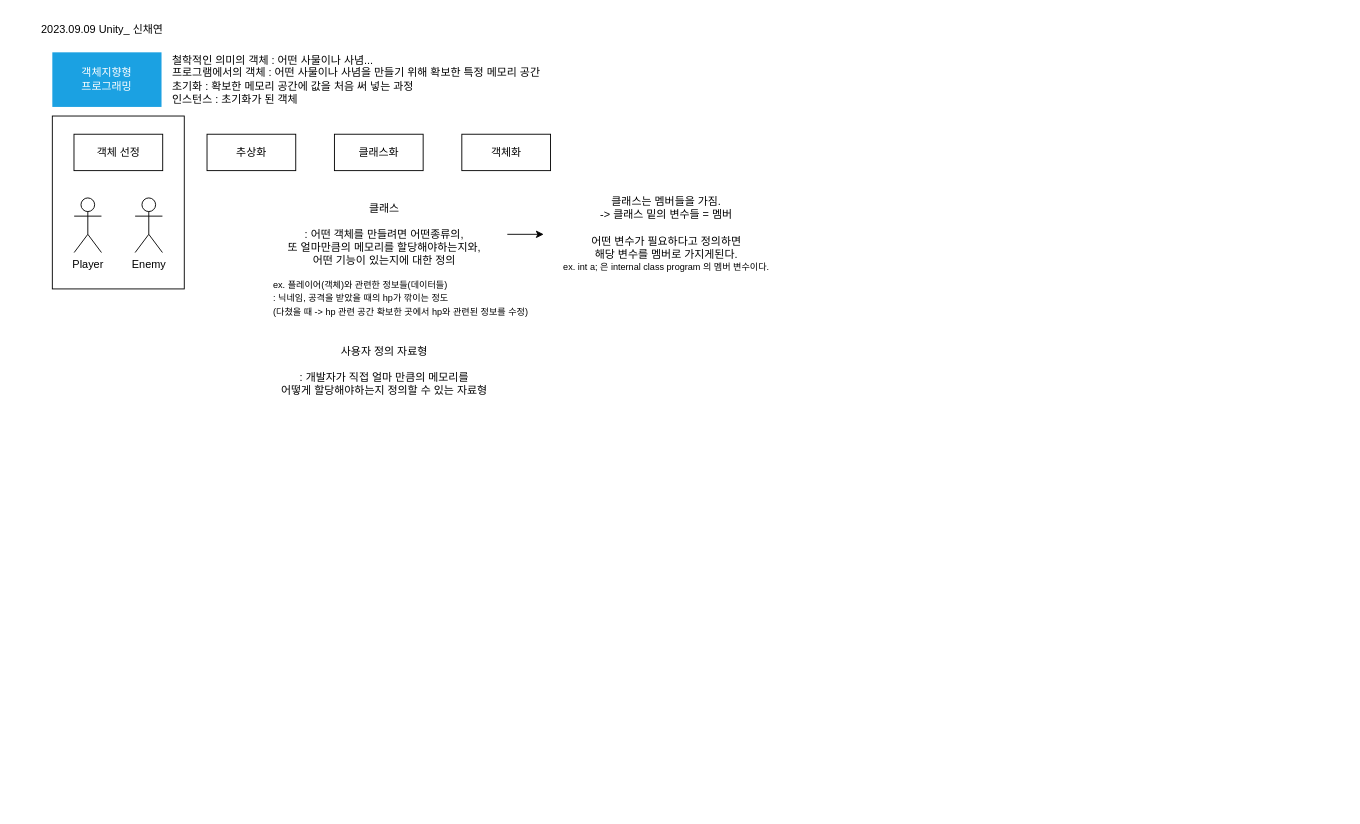
Earlier version of the draw.io diagram 20230909.drawio (codus87/UnityStudy). Source tidied: cells renumbered, new cells numbered last; positions are measured from the earlier drawing's top-left corner, leaving out a move shared by most shapes. Both pictures are drawn from the tidied source at 91%, with x=0, y=0 at pixel (25, 15).
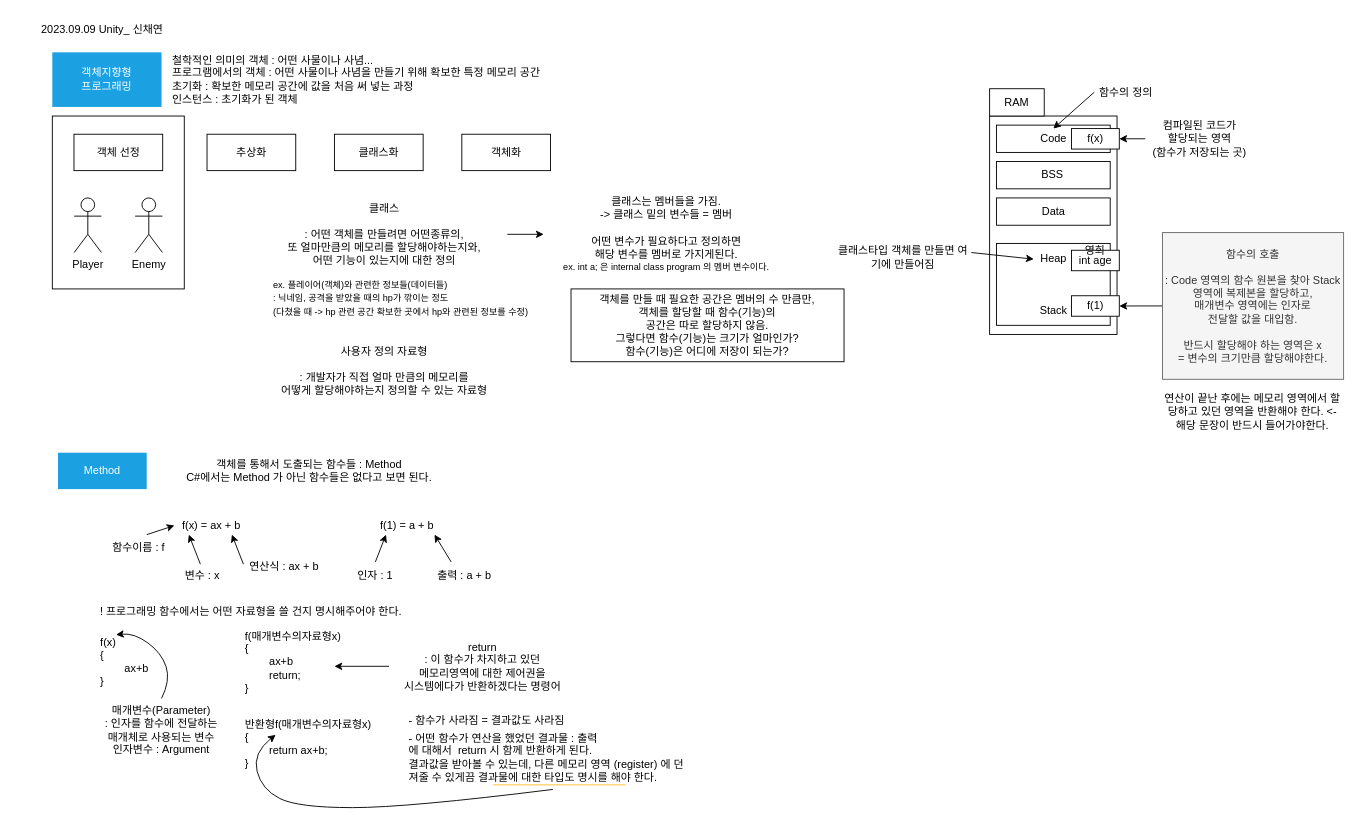
Above is the later version.

The edit, as a diff of the source:
```diff
@@
+    <mxCell id="18" value="객체를 만들 때 필요한 공간은 멤버의 수 만큼만,&lt;br&gt;객체를 할당할 때 함수(기능)의&lt;br&gt;공간은 따로 할당하지 않음.&lt;br&gt;그렇다면 함수(기능)는 크기가 얼마인가?&lt;br&gt;함수(기능)은 어디에 저장이 되는가?" style="text;html=1;strokeColor=default;fillColor=none;align=center;verticalAlign=middle;whiteSpace=wrap;rounded=0;" parent="1" vertex="1">
+      <mxGeometry x="600" y="300" width="300" height="80" as="geometry" />
+    </mxCell>
+    <mxCell id="19" style="rounded=0;whiteSpace=wrap;html=1;" parent="1" vertex="1">
+      <mxGeometry x="1060" y="110" width="140" height="240" as="geometry" />
+    </mxCell>
+    <mxCell id="20" value="RAM" style="rounded=0;whiteSpace=wrap;html=1;" parent="1" vertex="1">
+      <mxGeometry x="1060" y="80" width="60" height="30" as="geometry" />
+    </mxCell>
+    <mxCell id="21" value="Code" style="rounded=0;whiteSpace=wrap;html=1;" parent="1" vertex="1">
+      <mxGeometry x="1067.5" y="120" width="125" height="30" as="geometry" />
+    </mxCell>
+    <mxCell id="22" value="BSS&lt;span style=&quot;white-space: pre;&quot;&gt;&#9;&lt;/span&gt;" style="rounded=0;whiteSpace=wrap;html=1;" parent="1" vertex="1">
+      <mxGeometry x="1067.5" y="160" width="125" height="30" as="geometry" />
+    </mxCell>
+    <mxCell id="23" value="Data" style="rounded=0;whiteSpace=wrap;html=1;" parent="1" vertex="1">
+      <mxGeometry x="1067.5" y="200" width="125" height="30" as="geometry" />
+    </mxCell>
+    <mxCell id="24" value="Heap&lt;br&gt;&lt;br&gt;&lt;br&gt;&lt;br&gt;Stack" style="rounded=0;whiteSpace=wrap;html=1;" parent="1" vertex="1">
+      <mxGeometry x="1067.5" y="250" width="125" height="90" as="geometry" />
+    </mxCell>
+    <mxCell id="25" value="클래스타입 객체를 만들면 여기에 만들어짐" style="text;html=1;strokeColor=none;fillColor=none;align=center;verticalAlign=middle;whiteSpace=wrap;rounded=0;" parent="1" vertex="1">
+      <mxGeometry x="890" y="250" width="150" height="30" as="geometry" />
+    </mxCell>
+    <mxCell id="26" style="endArrow=classic;html=1;rounded=0;exitX=1;exitY=0.5;exitDx=0;exitDy=0;" parent="1" edge="1">
+      <mxGeometry relative="1" as="geometry">
+        <mxPoint x="1040" y="260" as="sourcePoint" />
+        <mxPoint x="1108.5" y="267.3" as="targetPoint" />
+      </mxGeometry>
+    </mxCell>
+    <mxCell id="27" value="컴파일된 코드가&lt;br&gt;할당되는 영역&lt;br&gt;(함수가 저장되는 곳)" style="text;html=1;strokeColor=none;fillColor=none;align=center;verticalAlign=middle;whiteSpace=wrap;rounded=0;" parent="1" vertex="1">
+      <mxGeometry x="1231" y="110" width="120" height="50" as="geometry" />
+    </mxCell>
+    <mxCell id="28" style="group;" parent="1" vertex="1">
+      <mxGeometry x="1150" y="250" width="52.5" height="30" as="geometry" />
+    </mxCell>
+    <mxCell id="29" value="int age" style="rounded=0;whiteSpace=wrap;html=1;" parent="28" vertex="1">
+      <mxGeometry y="7.5" width="52.5" height="22.5" as="geometry" />
+    </mxCell>
+    <mxCell id="30" value="영희" style="text;html=1;strokeColor=none;fillColor=none;align=center;verticalAlign=middle;whiteSpace=wrap;rounded=0;" parent="28" vertex="1">
+      <mxGeometry x="11.2" width="30" height="15" as="geometry" />
+    </mxCell>
+    <mxCell id="31" value="Method" style="rounded=0;whiteSpace=wrap;html=1;strokeWidth=1;align=center;fillColor=#1ba1e2;fontColor=#ffffff;strokeColor=none;" parent="1" vertex="1">
+      <mxGeometry x="36.2" y="480" width="97.5" height="40" as="geometry" />
+    </mxCell>
+    <mxCell id="32" value="객체를 통해서 도출되는 함수들 : Method&lt;br&gt;C#에서는 Method 가 아닌 함수들은 없다고 보면 된다." style="text;html=1;strokeColor=none;fillColor=none;align=center;verticalAlign=middle;whiteSpace=wrap;rounded=0;" parent="1" vertex="1">
+      <mxGeometry x="160" y="475" width="305" height="50" as="geometry" />
+    </mxCell>
+    <mxCell id="33" value="f(x) = ax + b" style="text;html=1;strokeColor=none;fillColor=none;align=center;verticalAlign=middle;whiteSpace=wrap;rounded=0;fontSize=12;fontFamily=Helvetica;" parent="1" vertex="1">
+      <mxGeometry x="160" y="545" width="90" height="30" as="geometry" />
+    </mxCell>
+    <mxCell id="34" value="함수이름 : f" style="text;html=1;strokeColor=none;fillColor=none;align=center;verticalAlign=middle;whiteSpace=wrap;rounded=0;fontSize=12;fontFamily=Helvetica;" parent="1" vertex="1">
+      <mxGeometry x="80" y="570" width="90" height="30" as="geometry" />
+    </mxCell>
+    <mxCell id="35" value="변수 : x" style="text;html=1;strokeColor=none;fillColor=none;align=center;verticalAlign=middle;whiteSpace=wrap;rounded=0;fontSize=12;fontFamily=Helvetica;" parent="1" vertex="1">
+      <mxGeometry x="150" y="600" width="90" height="30" as="geometry" />
+    </mxCell>
+    <mxCell id="36" value="연산식 : ax + b" style="text;html=1;strokeColor=none;fillColor=none;align=center;verticalAlign=middle;whiteSpace=wrap;rounded=0;fontSize=12;fontFamily=Helvetica;" parent="1" vertex="1">
+      <mxGeometry x="240" y="590" width="90" height="30" as="geometry" />
+    </mxCell>
+    <mxCell id="37" style="endArrow=classic;html=1;rounded=0;hachureGap=4;fontFamily=Architects Daughter;fontSize=20;fontColor=default;entryX=0;entryY=0.5;entryDx=0;entryDy=0;" parent="1" edge="1">
+      <mxGeometry relative="1" as="geometry">
+        <mxPoint x="133.8" y="570" as="sourcePoint" />
+        <mxPoint x="164.2" y="560" as="targetPoint" />
+      </mxGeometry>
+    </mxCell>
+    <mxCell id="38" style="endArrow=classic;html=1;rounded=0;hachureGap=4;fontFamily=Architects Daughter;fontSize=20;fontColor=default;entryX=0.222;entryY=0.833;entryDx=0;entryDy=0;entryPerimeter=0;" parent="1" edge="1" target="33">
+      <mxGeometry relative="1" as="geometry">
+        <mxPoint x="192.7" y="602.5" as="sourcePoint" />
+      </mxGeometry>
+    </mxCell>
+    <mxCell id="39" style="endArrow=classic;html=1;rounded=0;hachureGap=4;fontFamily=Architects Daughter;fontSize=20;fontColor=default;entryX=0.222;entryY=0.833;entryDx=0;entryDy=0;entryPerimeter=0;" parent="1" edge="1">
+      <mxGeometry relative="1" as="geometry">
+        <mxPoint x="240" y="602.5" as="sourcePoint" />
+        <mxPoint x="227.3" y="570" as="targetPoint" />
+      </mxGeometry>
+    </mxCell>
+    <mxCell id="40" value="f(1) = a + b" style="text;html=1;strokeColor=none;fillColor=none;align=center;verticalAlign=middle;whiteSpace=wrap;rounded=0;fontSize=12;fontFamily=Helvetica;" parent="1" vertex="1">
+      <mxGeometry x="375" y="545" width="90" height="30" as="geometry" />
+    </mxCell>
+    <mxCell id="41" value="인자 : 1" style="text;html=1;strokeColor=none;fillColor=none;align=center;verticalAlign=middle;whiteSpace=wrap;rounded=0;fontSize=12;fontFamily=Helvetica;" parent="1" vertex="1">
+      <mxGeometry x="340" y="600" width="90" height="30" as="geometry" />
+    </mxCell>
+    <mxCell id="42" value="출력 : a + b" style="text;html=1;strokeColor=none;fillColor=none;align=center;verticalAlign=middle;whiteSpace=wrap;rounded=0;fontSize=12;fontFamily=Helvetica;" parent="1" vertex="1">
+      <mxGeometry x="437.5" y="600" width="90" height="30" as="geometry" />
+    </mxCell>
+    <mxCell id="43" style="endArrow=classic;html=1;rounded=0;hachureGap=4;fontFamily=Architects Daughter;fontSize=20;fontColor=default;exitX=0.5;exitY=0;exitDx=0;exitDy=0;" parent="1" edge="1" source="41">
+      <mxGeometry relative="1" as="geometry">
+        <mxPoint x="396.7" y="570" as="targetPoint" />
+      </mxGeometry>
+    </mxCell>
+    <mxCell id="44" style="endArrow=classic;html=1;rounded=0;hachureGap=4;fontFamily=Architects Daughter;fontSize=20;fontColor=default;exitX=0.5;exitY=0;exitDx=0;exitDy=0;entryX=0.833;entryY=0.833;entryDx=0;entryDy=0;entryPerimeter=0;" parent="1" edge="1" target="40">
+      <mxGeometry relative="1" as="geometry">
+        <mxPoint x="468.3" y="600" as="sourcePoint" />
+      </mxGeometry>
+    </mxCell>
+    <mxCell id="45" value="f(x)&lt;br&gt;{&lt;br&gt;&lt;span style=&quot;white-space: pre;&quot;&gt;&#9;&lt;/span&gt;ax+b&lt;br&gt;}" style="text;html=1;strokeColor=none;fillColor=none;align=left;verticalAlign=middle;whiteSpace=wrap;rounded=0;" parent="1" vertex="1">
+      <mxGeometry x="81" y="670" width="70" height="80" as="geometry" />
+    </mxCell>
+    <mxCell id="46" value="! 프로그래밍 함수에서는 어떤 자료형을 쓸 건지 명시해주어야 한다." style="text;html=1;strokeColor=none;fillColor=none;align=center;verticalAlign=middle;whiteSpace=wrap;rounded=0;" parent="1" vertex="1">
+      <mxGeometry x="58.8" y="640" width="378.8" height="30" as="geometry" />
+    </mxCell>
+    <mxCell id="47" value="f(매개변수의자료형x)&lt;br&gt;{&lt;br&gt;&lt;span style=&quot;white-space: pre;&quot;&gt;&#9;&lt;/span&gt;ax+b&lt;br&gt;&lt;span style=&quot;white-space: pre;&quot;&gt;&#9;&lt;/span&gt;return;&lt;br&gt;}" style="text;html=1;strokeColor=none;fillColor=none;align=left;verticalAlign=middle;whiteSpace=wrap;rounded=0;" parent="1" vertex="1">
+      <mxGeometry x="240" y="670" width="180" height="80" as="geometry" />
+    </mxCell>
+    <mxCell id="48" value="f(1)" style="rounded=0;whiteSpace=wrap;html=1;" parent="1" vertex="1">
+      <mxGeometry x="1150" y="307.5" width="52.5" height="22.5" as="geometry" />
+    </mxCell>
+    <mxCell id="49" style="edgeStyle=orthogonalEdgeStyle;rounded=0;jettySize=auto;html=1;" parent="1" edge="1" source="27" target="50">
+      <mxGeometry relative="1" as="geometry" />
+    </mxCell>
+    <mxCell id="50" value="f(x)" style="rounded=0;whiteSpace=wrap;html=1;" parent="1" vertex="1">
+      <mxGeometry x="1150" y="123.8" width="52.5" height="22.5" as="geometry" />
+    </mxCell>
+    <mxCell id="51" value="함수의 정의" style="text;html=1;strokeColor=none;fillColor=none;align=center;verticalAlign=middle;whiteSpace=wrap;rounded=0;" parent="1" vertex="1">
+      <mxGeometry x="1150" y="60" width="120" height="50" as="geometry" />
+    </mxCell>
+    <mxCell id="52" style="edgeStyle=orthogonalEdgeStyle;rounded=0;jettySize=auto;html=1;entryX=1;entryY=0.5;entryDx=0;entryDy=0;" parent="1" edge="1" source="53" target="48">
+      <mxGeometry relative="1" as="geometry" />
+    </mxCell>
+    <mxCell id="53" value="함수의 호출&lt;br&gt;&lt;br&gt;: Code 영역의 함수 원본을 찾아 Stack 영역에 복제본을 할당하고,&lt;br&gt;매개변수 영역에는 인자로&lt;br&gt;전달할 값을 대입함.&lt;br&gt;&lt;br&gt;반드시 할당해야 하는 영역은 x&lt;br&gt;= 변수의 크기만큼 할당해야한다." style="text;html=1;strokeColor=#666666;fillColor=#f5f5f5;align=center;verticalAlign=middle;whiteSpace=wrap;rounded=0;fontColor=#333333;" parent="1" vertex="1">
+      <mxGeometry x="1250" y="238.1" width="199" height="161.2" as="geometry" />
+    </mxCell>
+    <mxCell id="54" style="endArrow=classic;html=1;rounded=0;entryX=0.337;entryY=0.004;entryDx=0;entryDy=0;entryPerimeter=0;" parent="1" edge="1">
+      <mxGeometry relative="1" as="geometry">
+        <mxPoint x="1175" y="83.8" as="sourcePoint" />
+        <mxPoint x="1130" y="123.8" as="targetPoint" />
+      </mxGeometry>
+    </mxCell>
+    <mxCell id="55" style="curved=1;endArrow=classic;html=1;rounded=0;entryX=0.271;entryY=0.125;entryDx=0;entryDy=0;entryPerimeter=0;" parent="1" edge="1" target="45">
+      <mxGeometry relative="1" as="geometry">
+        <mxPoint x="150" y="750" as="sourcePoint" />
+        <Array as="points">
+          <mxPoint x="160" y="730" />
+          <mxPoint x="150" y="700" />
+          <mxPoint x="120" y="678" />
+        </Array>
+      </mxGeometry>
+    </mxCell>
+    <mxCell id="56" value="매개변수(Parameter)&lt;br&gt;: 인자를 함수에 전달하는&lt;br&gt;매개체로 사용되는 변수&lt;br&gt;인자변수 : Argument" style="text;html=1;strokeColor=none;fillColor=none;align=center;verticalAlign=middle;whiteSpace=wrap;rounded=0;" parent="1" vertex="1">
+      <mxGeometry x="-10" y="750" width="320" height="70" as="geometry" />
+    </mxCell>
+    <mxCell id="57" value="연산이 끝난 후에는 메모리 영역에서 할당하고 있던 영역을 반환해야 한다. &amp;lt;- 해당 문장이 반드시 들어가야한다." style="text;html=1;strokeColor=none;fillColor=none;align=center;verticalAlign=middle;whiteSpace=wrap;rounded=0;" parent="1" vertex="1">
+      <mxGeometry x="1249" y="410" width="200" height="50" as="geometry" />
+    </mxCell>
+    <mxCell id="58" value="return&lt;br&gt;: 이 함수가 차지하고 있던&lt;br&gt;메모리영역에 대한 제어권을&lt;br&gt;시스템에다가 반환하겠다는 명령어" style="text;html=1;strokeColor=none;fillColor=none;align=center;verticalAlign=middle;whiteSpace=wrap;rounded=0;" parent="1" vertex="1">
+      <mxGeometry x="407.5" y="680" width="190" height="70" as="geometry" />
+    </mxCell>
+    <mxCell id="59" style="endArrow=classic;html=1;rounded=0;" parent="1" edge="1">
+      <mxGeometry relative="1" as="geometry">
+        <mxPoint x="400" y="714.7" as="sourcePoint" />
+        <mxPoint x="340" y="714.7" as="targetPoint" />
+      </mxGeometry>
+    </mxCell>
+    <mxCell id="60" value="- 어떤 함수가 연산을 했었던 결과물 : 출력&lt;br&gt;에 대해서&amp;nbsp; return 시 함께 반환하게 된다.&lt;br&gt;결과값을 받아볼 수 있는데, 다른 메모리 영역 (register) 에 던져줄 수 있게끔 결과물에 대한 타입도 명시를 해야 한다." style="text;html=1;strokeColor=none;fillColor=none;align=left;verticalAlign=middle;whiteSpace=wrap;rounded=0;" parent="1" vertex="1">
+      <mxGeometry x="420" y="790" width="310" height="50" as="geometry" />
+    </mxCell>
+    <mxCell id="61" value="- 함수가 사라짐 = 결과값도 사라짐" style="text;html=1;strokeColor=none;fillColor=none;align=left;verticalAlign=middle;whiteSpace=wrap;rounded=0;" parent="1" vertex="1">
+      <mxGeometry x="420" y="760" width="190" height="30" as="geometry" />
+    </mxCell>
+    <mxCell id="62" value="반환형f(매개변수의자료형x)&lt;br&gt;{&lt;br&gt;&lt;span style=&quot;white-space: pre;&quot;&gt;&#9;&lt;/span&gt;return ax+b;&lt;br&gt;}" style="text;html=1;strokeColor=none;fillColor=none;align=left;verticalAlign=middle;whiteSpace=wrap;rounded=0;" parent="1" vertex="1">
+      <mxGeometry x="240" y="760" width="180" height="80" as="geometry" />
+    </mxCell>
+    <mxCell id="63" style="curved=1;endArrow=classic;html=1;rounded=0;" parent="1" edge="1">
+      <mxGeometry relative="1" as="geometry">
+        <mxPoint x="580" y="850" as="sourcePoint" />
+        <mxPoint x="275.4" y="790" as="targetPoint" />
+        <Array as="points">
+          <mxPoint x="420" y="870" />
+          <mxPoint x="300" y="870" />
+          <mxPoint x="260" y="850" />
+          <mxPoint x="250" y="810" />
+        </Array>
+      </mxGeometry>
+    </mxCell>
+    <mxCell id="64" style="endArrow=none;html=1;rounded=0;strokeColor=#FFBC21;" parent="1" edge="1">
+      <mxGeometry relative="1" as="geometry">
+        <mxPoint x="514.5" y="845" as="sourcePoint" />
+        <mxPoint x="660" y="845" as="targetPoint" />
+      </mxGeometry>
+    </mxCell>
```
